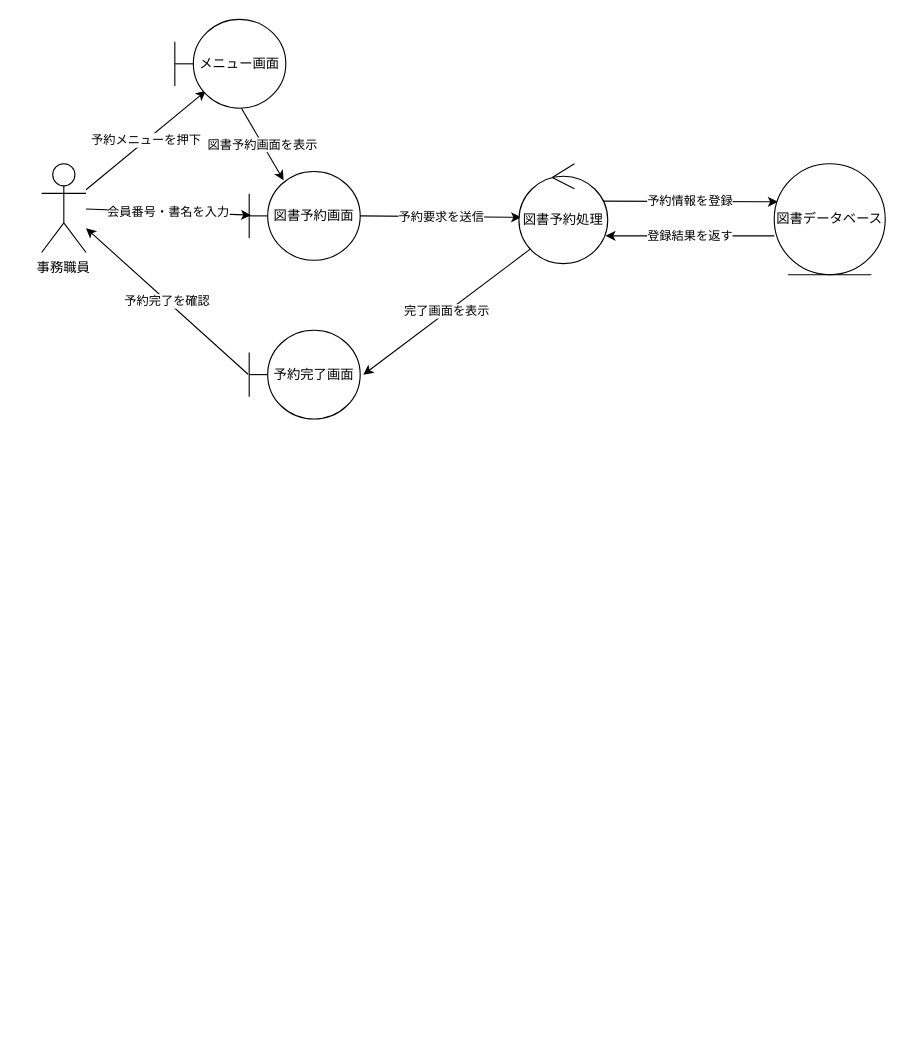
The draw.io diagram kouka2_library/analysis_01_reserve.drawio in ghbuser12/ohara_uml, before the edit. Source tidied: cells renumbered, new cells numbered last; positions are measured from the earlier drawing's top-left corner, leaving out a move shared by most shapes. Both pictures are drawn from the tidied source at 111%, with x=0, y=0 at pixel (41, 19).
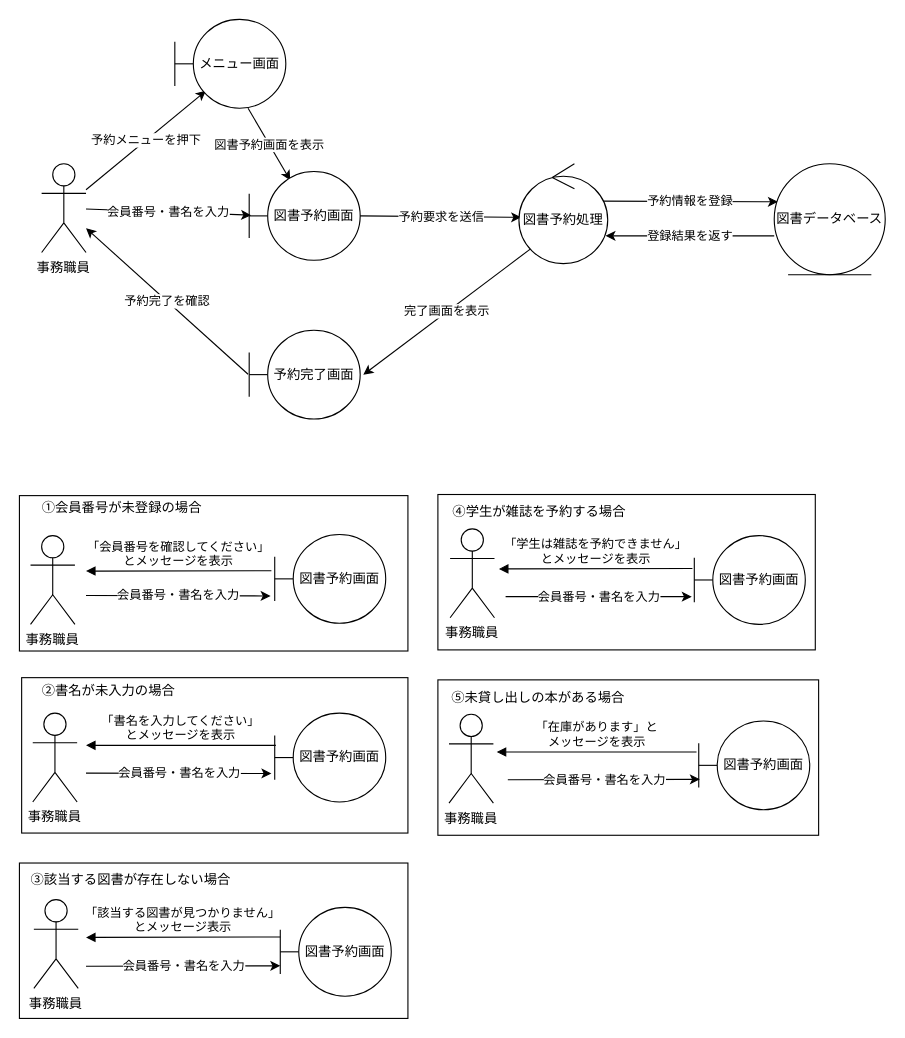
The same page after the edit.

Unchanged cells that the change refers to:
```xml
<mxCell id="12" value="図書予約画面" style="shape=umlBoundary;whiteSpace=wrap;html=1;" parent="1" vertex="1">
  <mxGeometry x="187" y="137" width="100" height="80" as="geometry" />
</mxCell>
```

Diff of the diagram source:
```diff
@@
-    <mxCell id="4" value="図書予約画面を表示" style="endArrow=classic;html=1;entryX=0.31;entryY=0.1;entryDx=0;entryDy=0;entryPerimeter=0;" parent="1" edge="1" target="12">
+    <mxCell id="4" value="図書予約画面を表示" style="endArrow=classic;html=1;entryX=0.31;entryY=0.1;entryDx=0;entryDy=0;entryPerimeter=0;" parent="1" edge="1">
       <mxGeometry relative="1" as="geometry">
-        <mxPoint x="180" y="80" as="sourcePoint" />
+        <mxPoint x="186" y="80" as="sourcePoint" />
+        <mxPoint x="224" y="145" as="targetPoint" />
       </mxGeometry>
     </mxCell>
@@
+    <mxCell id="16" value="事務職員" style="shape=umlActor;verticalLabelPosition=bottom;verticalAlign=top;" parent="1" vertex="1">
+      <mxGeometry x="-10" y="465" width="40" height="80" as="geometry" />
+    </mxCell>
+    <mxCell id="17" value="①会員番号が未登録の場合" style="text;html=1;align=center;verticalAlign=middle;strokeColor=none;fillColor=none;" parent="1" vertex="1">
+      <mxGeometry x="-13" y="425" width="170" height="30" as="geometry" />
+    </mxCell>
+    <mxCell id="18" value="「会員番号を確認してください」&lt;br&gt;とメッセージを表示" style="html=1;verticalAlign=bottom;endArrow=block;curved=0;rounded=0;labelBackgroundColor=none;exitX=-0.03;exitY=0.408;exitDx=0;exitDy=0;exitPerimeter=0;" parent="1" edge="1" source="19">
+      <mxGeometry relative="1" as="geometry">
+        <mxPoint x="40" y="497" as="targetPoint" />
+      </mxGeometry>
+    </mxCell>
+    <mxCell id="19" value="図書予約画面" style="shape=umlBoundary;whiteSpace=wrap;html=1;" parent="1" vertex="1">
+      <mxGeometry x="210" y="464" width="100" height="80" as="geometry" />
+    </mxCell>
+    <mxCell id="20" style="whiteSpace=wrap;html=1;fillColor=none;" parent="1" vertex="1">
+      <mxGeometry x="-18" y="593" width="348" height="140" as="geometry" />
+    </mxCell>
+    <mxCell id="21" style="whiteSpace=wrap;html=1;fillColor=none;" parent="1" vertex="1">
+      <mxGeometry x="-20" y="429" width="350" height="140" as="geometry" />
+    </mxCell>
+    <mxCell id="22" value="②書名が未入力の場合" style="text;html=1;align=center;verticalAlign=middle;strokeColor=none;fillColor=none;" parent="1" vertex="1">
+      <mxGeometry x="-10" y="590" width="140" height="30" as="geometry" />
+    </mxCell>
+    <mxCell id="23" value="事務職員" style="shape=umlActor;verticalLabelPosition=bottom;verticalAlign=top;" parent="1" vertex="1">
+      <mxGeometry x="-8" y="625" width="40" height="80" as="geometry" />
+    </mxCell>
+    <mxCell id="24" value="図書予約画面" style="shape=umlBoundary;whiteSpace=wrap;html=1;" parent="1" vertex="1">
+      <mxGeometry x="210" y="625" width="100" height="80" as="geometry" />
+    </mxCell>
+    <mxCell id="25" style="whiteSpace=wrap;html=1;fillColor=none;" parent="1" vertex="1">
+      <mxGeometry x="-20" y="760" width="350" height="140" as="geometry" />
+    </mxCell>
+    <mxCell id="26" value="③該当する図書が存在しない場合" style="text;html=1;align=center;verticalAlign=middle;strokeColor=none;fillColor=none;" parent="1" vertex="1">
+      <mxGeometry x="-20" y="760" width="200" height="30" as="geometry" />
+    </mxCell>
+    <mxCell id="27" value="事務職員" style="shape=umlActor;verticalLabelPosition=bottom;verticalAlign=top;" parent="1" vertex="1">
+      <mxGeometry x="-7" y="793" width="40" height="80" as="geometry" />
+    </mxCell>
+    <mxCell id="28" value="図書予約画面" style="shape=umlBoundary;whiteSpace=wrap;html=1;" parent="1" vertex="1">
+      <mxGeometry x="215" y="800" width="100" height="80" as="geometry" />
+    </mxCell>
+    <mxCell id="29" style="whiteSpace=wrap;html=1;fillColor=none;" parent="1" vertex="1">
+      <mxGeometry x="357" y="428" width="340" height="140" as="geometry" />
+    </mxCell>
+    <mxCell id="30" value="④学生が雑誌を予約する場合" style="text;html=1;align=center;verticalAlign=middle;strokeColor=none;fillColor=none;" parent="1" vertex="1">
+      <mxGeometry x="358" y="429" width="180" height="30" as="geometry" />
+    </mxCell>
+    <mxCell id="31" value="事務職員" style="shape=umlActor;verticalLabelPosition=bottom;verticalAlign=top;" parent="1" vertex="1">
+      <mxGeometry x="368" y="459" width="40" height="80" as="geometry" />
+    </mxCell>
+    <mxCell id="32" value="図書予約画面" style="shape=umlBoundary;whiteSpace=wrap;html=1;" parent="1" vertex="1">
+      <mxGeometry x="588" y="465" width="100" height="80" as="geometry" />
+    </mxCell>
+    <mxCell id="33" style="whiteSpace=wrap;html=1;fillColor=none;" parent="1" vertex="1">
+      <mxGeometry x="357" y="595" width="343" height="140" as="geometry" />
+    </mxCell>
+    <mxCell id="34" value="⑤未貸し出しの本がある場合" style="text;html=1;align=center;verticalAlign=middle;strokeColor=none;fillColor=none;" parent="1" vertex="1">
+      <mxGeometry x="357" y="596" width="180" height="30" as="geometry" />
+    </mxCell>
+    <mxCell id="35" value="事務職員" style="shape=umlActor;verticalLabelPosition=bottom;verticalAlign=top;" parent="1" vertex="1">
+      <mxGeometry x="367" y="626" width="40" height="80" as="geometry" />
+    </mxCell>
+    <mxCell id="36" value="図書予約画面" style="shape=umlBoundary;whiteSpace=wrap;html=1;" parent="1" vertex="1">
+      <mxGeometry x="592" y="632" width="100" height="80" as="geometry" />
+    </mxCell>
+    <mxCell id="37" value="会員番号・書名を入力" style="endArrow=classic;html=1;entryX=-0.037;entryY=0.642;entryDx=0;entryDy=0;entryPerimeter=0;" parent="1" edge="1">
+      <mxGeometry relative="1" as="geometry">
+        <mxPoint x="40" y="519" as="sourcePoint" />
+        <mxPoint x="206.3" y="519.4" as="targetPoint" />
+      </mxGeometry>
+    </mxCell>
+    <mxCell id="38" value="「書名を入力してください」&lt;br&gt;とメッセージを表示" style="html=1;verticalAlign=bottom;endArrow=block;curved=0;rounded=0;labelBackgroundColor=none;exitX=0.01;exitY=0.363;exitDx=0;exitDy=0;exitPerimeter=0;" parent="1" edge="1" source="24">
+      <mxGeometry relative="1" as="geometry">
+        <mxPoint x="40" y="654" as="targetPoint" />
+      </mxGeometry>
+    </mxCell>
+    <mxCell id="39" value="会員番号・書名を入力" style="endArrow=classic;html=1;entryX=-0.023;entryY=0.688;entryDx=0;entryDy=0;entryPerimeter=0;" parent="1" edge="1" target="32">
+      <mxGeometry relative="1" as="geometry">
+        <mxPoint x="418" y="520" as="sourcePoint" />
+      </mxGeometry>
+    </mxCell>
+    <mxCell id="40" value="「学生は雑誌を予約できません」&lt;br&gt;とメッセージを表示" style="html=1;verticalAlign=bottom;endArrow=block;curved=0;rounded=0;labelBackgroundColor=none;exitX=-0.017;exitY=0.371;exitDx=0;exitDy=0;exitPerimeter=0;" parent="1" edge="1" source="32">
+      <mxGeometry relative="1" as="geometry">
+        <mxPoint x="412" y="495" as="targetPoint" />
+      </mxGeometry>
+    </mxCell>
+    <mxCell id="41" value="会員番号・書名を入力" style="endArrow=classic;html=1;entryX=-0.03;entryY=0.679;entryDx=0;entryDy=0;entryPerimeter=0;" parent="1" edge="1" target="24">
+      <mxGeometry relative="1" as="geometry">
+        <mxPoint x="40" y="679" as="sourcePoint" />
+      </mxGeometry>
+    </mxCell>
+    <mxCell id="42" value="&lt;span style=&quot;color: rgb(0, 0, 0);&quot;&gt;「該当する図書が見つかりません」&lt;/span&gt;&lt;br style=&quot;color: rgb(63, 63, 63); scrollbar-color: rgb(226, 226, 226) rgb(251, 251, 251);&quot;&gt;&lt;span style=&quot;color: rgb(0, 0, 0);&quot;&gt;とメッセージ表示&lt;/span&gt;" style="html=1;verticalAlign=bottom;endArrow=block;curved=0;rounded=0;labelBackgroundColor=none;exitX=0;exitY=0.333;exitDx=0;exitDy=0;exitPerimeter=0;" parent="1" edge="1" source="28">
+      <mxGeometry relative="1" as="geometry">
+        <mxPoint x="40" y="827" as="targetPoint" />
+      </mxGeometry>
+    </mxCell>
+    <mxCell id="43" value="会員番号・書名を入力" style="endArrow=classic;html=1;entryX=0;entryY=0.658;entryDx=0;entryDy=0;entryPerimeter=0;" parent="1" edge="1" target="28">
+      <mxGeometry relative="1" as="geometry">
+        <mxPoint x="40" y="853" as="sourcePoint" />
+      </mxGeometry>
+    </mxCell>
+    <mxCell id="44" value="「在庫があります」と&lt;br&gt;メッセージを表示" style="html=1;verticalAlign=bottom;endArrow=block;curved=0;rounded=0;labelBackgroundColor=none;" parent="1" edge="1">
+      <mxGeometry relative="1" as="geometry">
+        <mxPoint x="590" y="660" as="sourcePoint" />
+        <mxPoint x="410" y="660" as="targetPoint" />
+      </mxGeometry>
+    </mxCell>
+    <mxCell id="45" value="会員番号・書名を入力" style="endArrow=classic;html=1;entryX=0.01;entryY=0.658;entryDx=0;entryDy=0;entryPerimeter=0;" parent="1" edge="1" target="36">
+      <mxGeometry relative="1" as="geometry">
+        <mxPoint x="420" y="685" as="sourcePoint" />
+      </mxGeometry>
+    </mxCell>
```
